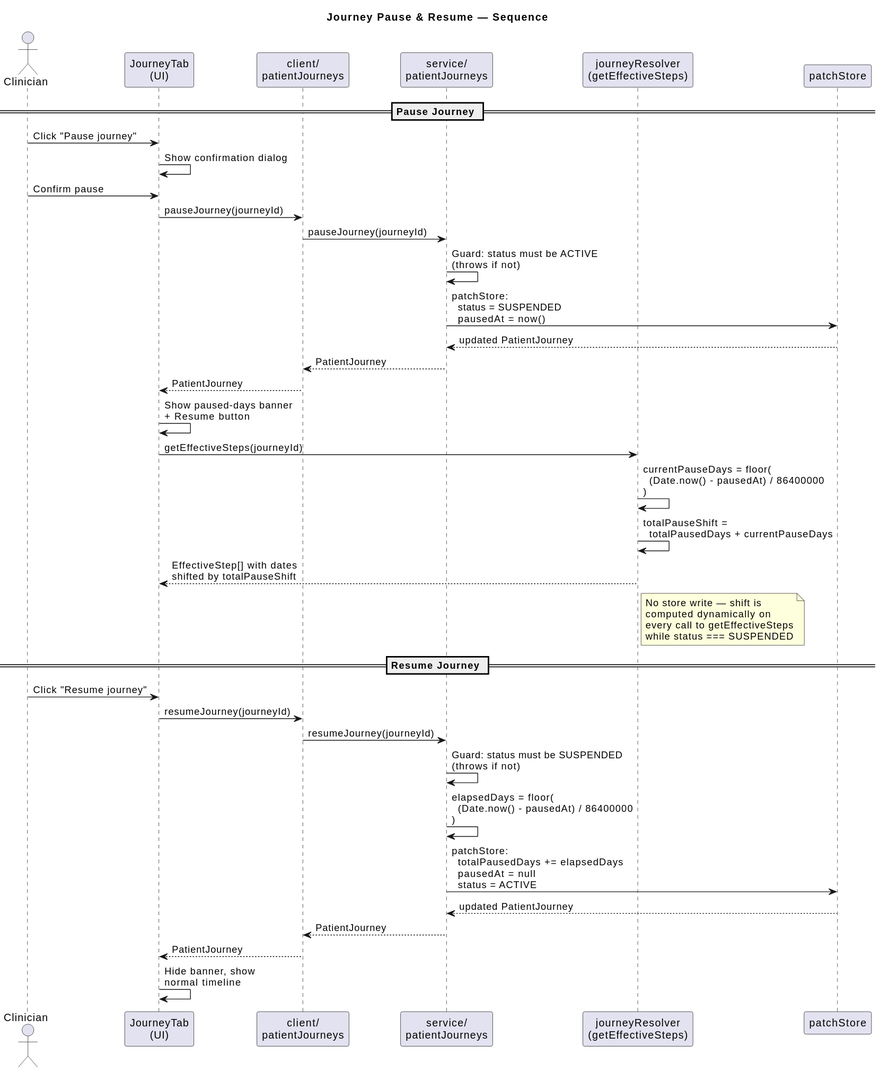
Above: docs/diagrams/pause-resume-sequence.svg in gforge/DUK (PlantUML), before the change. Source of this version:
```plantuml
@startuml
title Journey Pause & Resume — Sequence

actor Clinician
participant "JourneyTab\n(UI)" as UI
participant "client/\npatientJourneys" as Client
participant "service/\npatientJourneys" as Service
participant "journeyResolver\n(getEffectiveSteps)" as Resolver
participant "patchStore" as Store

== Pause Journey ==

Clinician -> UI : Click "Pause journey"
UI -> UI : Show confirmation dialog
Clinician -> UI : Confirm pause
UI -> Client : pauseJourney(journeyId)
Client -> Service : pauseJourney(journeyId)
Service -> Service : Guard: status must be ACTIVE\n(throws if not)
Service -> Store : patchStore:\n  status = SUSPENDED\n  pausedAt = now()
Store --> Service : updated PatientJourney
Service --> Client : PatientJourney
Client --> UI : PatientJourney
UI -> UI : Show paused-days banner\n+ Resume button
UI -> Resolver : getEffectiveSteps(journeyId)
Resolver -> Resolver : currentPauseDays = floor(\n  (Date.now() - pausedAt) / 86400000\n)
Resolver -> Resolver : totalPauseShift =\n  totalPausedDays + currentPauseDays
Resolver --> UI : EffectiveStep[] with dates\nshifted by totalPauseShift

note right of Resolver
  No store write — shift is
  computed dynamically on
  every call to getEffectiveSteps
  while status === SUSPENDED
end note

== Resume Journey ==

Clinician -> UI : Click "Resume journey"
UI -> Client : resumeJourney(journeyId)
Client -> Service : resumeJourney(journeyId)
Service -> Service : Guard: status must be SUSPENDED\n(throws if not)
Service -> Service : elapsedDays = floor(\n  (Date.now() - pausedAt) / 86400000\n)
Service -> Store : patchStore:\n  totalPausedDays += elapsedDays\n  pausedAt = null\n  status = ACTIVE
Store --> Service : updated PatientJourney
Service --> Client : PatientJourney
Client --> UI : PatientJourney
UI -> UI : Hide banner, show\nnormal timeline
@enduml
```
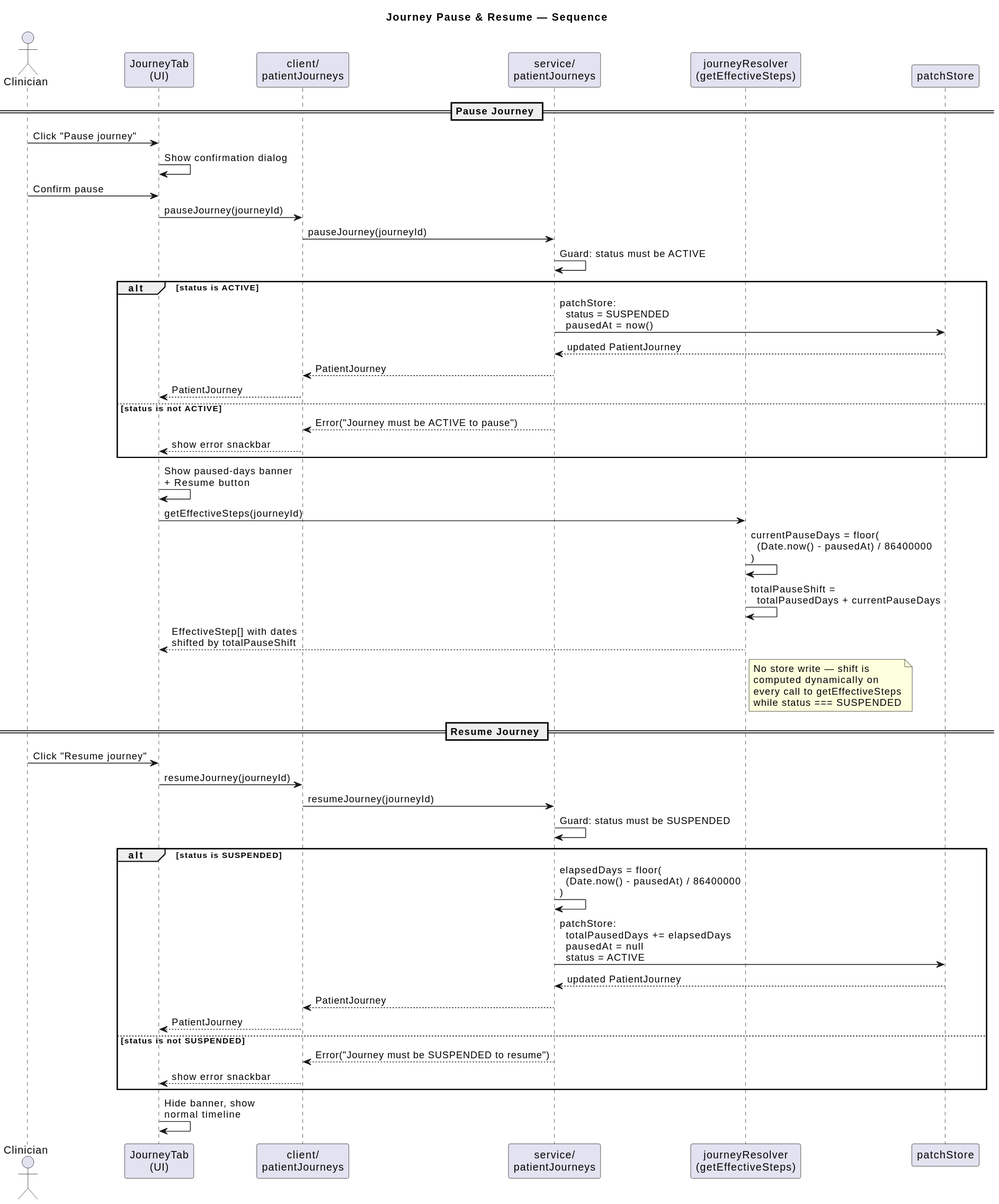
After the commit.

The edit, as a diff of the source:
```diff
@@ -15,11 +15,16 @@
 Clinician -> UI : Confirm pause
 UI -> Client : pauseJourney(journeyId)
 Client -> Service : pauseJourney(journeyId)
-Service -> Service : Guard: status must be ACTIVE\n(throws if not)
-Service -> Store : patchStore:\n  status = SUSPENDED\n  pausedAt = now()
-Store --> Service : updated PatientJourney
-Service --> Client : PatientJourney
-Client --> UI : PatientJourney
+Service -> Service : Guard: status must be ACTIVE
+alt status is ACTIVE
+  Service -> Store : patchStore:\n  status = SUSPENDED\n  pausedAt = now()
+  Store --> Service : updated PatientJourney
+  Service --> Client : PatientJourney
+  Client --> UI : PatientJourney
+else status is not ACTIVE
+  Service --> Client : Error("Journey must be ACTIVE to pause")
+  Client --> UI : show error snackbar
+end
 UI -> UI : Show paused-days banner\n+ Resume button
 UI -> Resolver : getEffectiveSteps(journeyId)
 Resolver -> Resolver : currentPauseDays = floor(\n  (Date.now() - pausedAt) / 86400000\n)
@@ -38,11 +43,16 @@
 Clinician -> UI : Click "Resume journey"
 UI -> Client : resumeJourney(journeyId)
 Client -> Service : resumeJourney(journeyId)
-Service -> Service : Guard: status must be SUSPENDED\n(throws if not)
-Service -> Service : elapsedDays = floor(\n  (Date.now() - pausedAt) / 86400000\n)
-Service -> Store : patchStore:\n  totalPausedDays += elapsedDays\n  pausedAt = null\n  status = ACTIVE
-Store --> Service : updated PatientJourney
-Service --> Client : PatientJourney
-Client --> UI : PatientJourney
+Service -> Service : Guard: status must be SUSPENDED
+alt status is SUSPENDED
+  Service -> Service : elapsedDays = floor(\n  (Date.now() - pausedAt) / 86400000\n)
+  Service -> Store : patchStore:\n  totalPausedDays += elapsedDays\n  pausedAt = null\n  status = ACTIVE
+  Store --> Service : updated PatientJourney
+  Service --> Client : PatientJourney
+  Client --> UI : PatientJourney
+else status is not SUSPENDED
+  Service --> Client : Error("Journey must be SUSPENDED to resume")
+  Client --> UI : show error snackbar
+end
 UI -> UI : Hide banner, show\nnormal timeline
 @enduml
```
